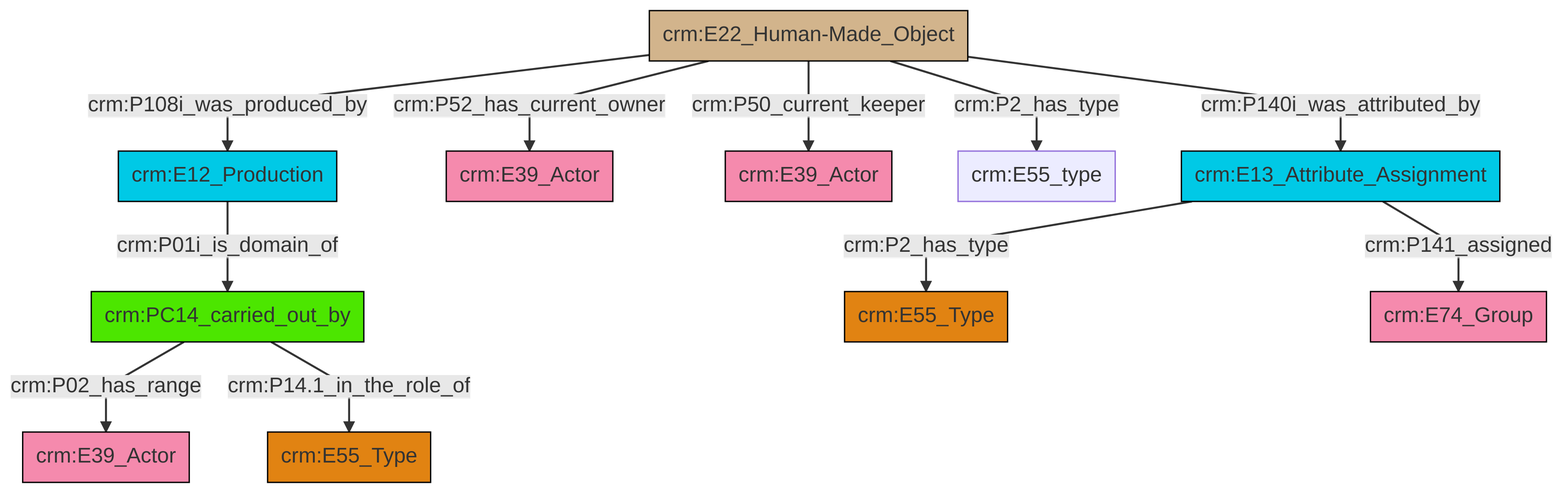
The Mermaid diagram et/artworkCSV/ttl/mmd/png/Artwork_Actor_Relations.png in swiss-art-research-net/docs.swissartresearch, before a commit. Its source is kept beside it as et/artworkCSV/ttl/mmd/Artwork_Actor_Relations.ttl.mmd.
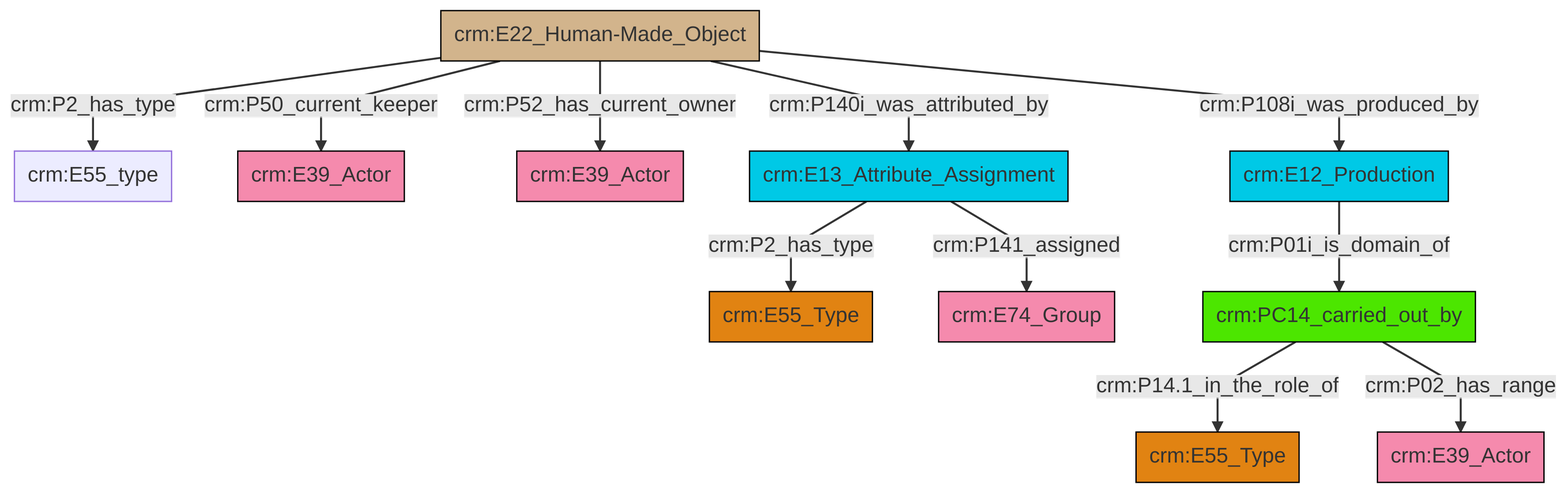
After the change.

Diff of the diagram source:
```diff
@@ -13,13 +13,13 @@
 classDef PC_Classes fill:#4ce600, stroke:#000000;
 classDef Multi fill:#cccccc,stroke:#000000;
 
-2["crm:E22_Human-Made_Object"]:::Physical_Thing -->|crm:P108i_was_produced_by| 6["crm:E12_Production"]:::Temporal_Entity
-2["crm:E22_Human-Made_Object"]:::Physical_Thing -->|crm:P52_has_current_owner| 10["crm:E39_Actor"]:::Actor
-2["crm:E22_Human-Made_Object"]:::Physical_Thing -->|crm:P50_current_keeper| 11["crm:E39_Actor"]:::Actor
-8["crm:PC14_carried_out_by"]:::PC_Classes -->|crm:P02_has_range| 15["crm:E39_Actor"]:::Actor
-2["crm:E22_Human-Made_Object"]:::Physical_Thing -->|crm:P2_has_type| 20["crm:E55_type"]:::Default
-6["crm:E12_Production"]:::Temporal_Entity -->|crm:P01i_is_domain_of| 8["crm:PC14_carried_out_by"]:::PC_Classes
-4["crm:E13_Attribute_Assignment"]:::Temporal_Entity -->|crm:P2_has_type| 0["crm:E55_Type"]:::Type
-8["crm:PC14_carried_out_by"]:::PC_Classes -->|crm:P14.1_in_the_role_of| 12["crm:E55_Type"]:::Type
-4["crm:E13_Attribute_Assignment"]:::Temporal_Entity -->|crm:P141_assigned| 17["crm:E74_Group"]:::Actor
-2["crm:E22_Human-Made_Object"]:::Physical_Thing -->|crm:P140i_was_attributed_by| 4["crm:E13_Attribute_Assignment"]:::Temporal_Entity
+7["crm:E22_Human-Made_Object"]:::Physical_Thing -->|crm:P50_current_keeper| 8["crm:E39_Actor"]:::Actor
+7["crm:E22_Human-Made_Object"]:::Physical_Thing -->|crm:P52_has_current_owner| 9["crm:E39_Actor"]:::Actor
+11["crm:E12_Production"]:::Temporal_Entity -->|crm:P01i_is_domain_of| 13["crm:PC14_carried_out_by"]:::PC_Classes
+7["crm:E22_Human-Made_Object"]:::Physical_Thing -->|crm:P2_has_type| 2["crm:E55_type"]:::Default
+7["crm:E22_Human-Made_Object"]:::Physical_Thing -->|crm:P108i_was_produced_by| 11["crm:E12_Production"]:::Temporal_Entity
+14["crm:E13_Attribute_Assignment"]:::Temporal_Entity -->|crm:P141_assigned| 5["crm:E74_Group"]:::Actor
+13["crm:PC14_carried_out_by"]:::PC_Classes -->|crm:P14.1_in_the_role_of| 17["crm:E55_Type"]:::Type
+14["crm:E13_Attribute_Assignment"]:::Temporal_Entity -->|crm:P2_has_type| 0["crm:E55_Type"]:::Type
+13["crm:PC14_carried_out_by"]:::PC_Classes -->|crm:P02_has_range| 20["crm:E39_Actor"]:::Actor
+7["crm:E22_Human-Made_Object"]:::Physical_Thing -->|crm:P140i_was_attributed_by| 14["crm:E13_Attribute_Assignment"]:::Temporal_Entity
```
